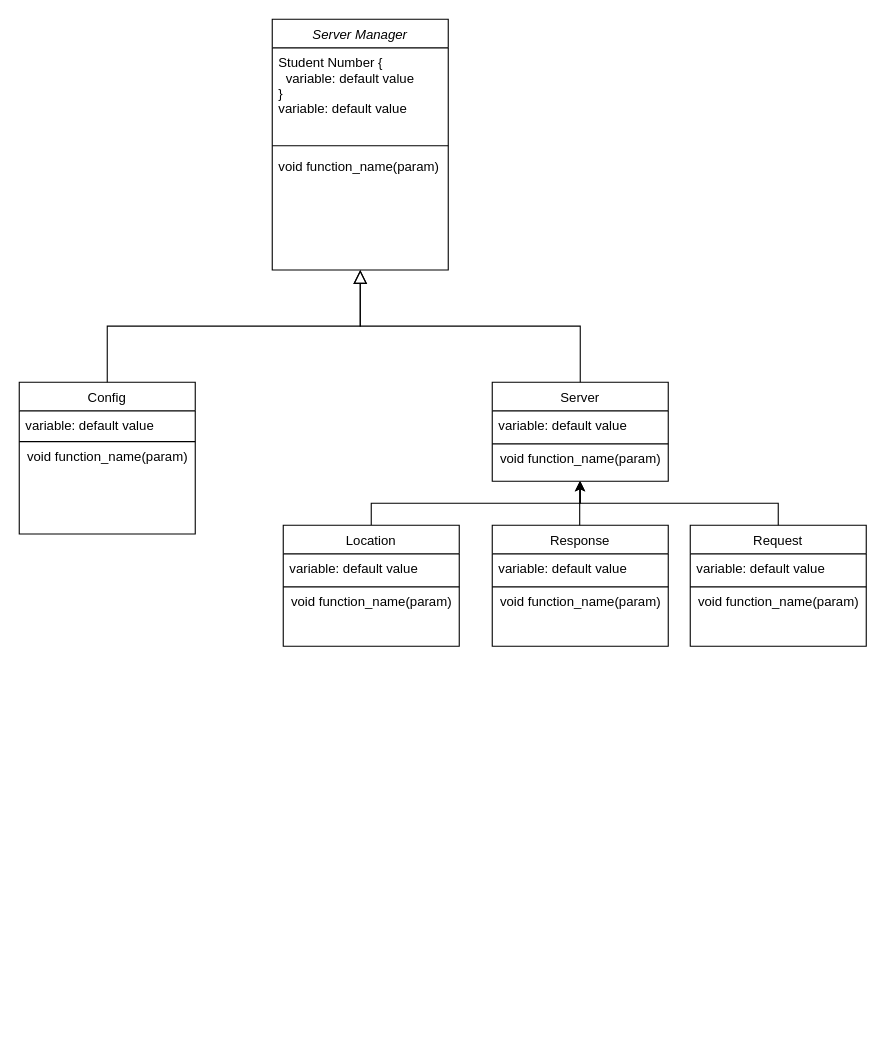
Earlier version of the draw.io diagram webserv_class_diagram.drawio (ftinx/webserv). Source tidied: cells renumbered, new cells numbered last; positions are measured from the earlier drawing's top-left corner, leaving out a move shared by most shapes. Both pictures are drawn from the tidied source at 110%, with x=0, y=0 at pixel (19, 19).
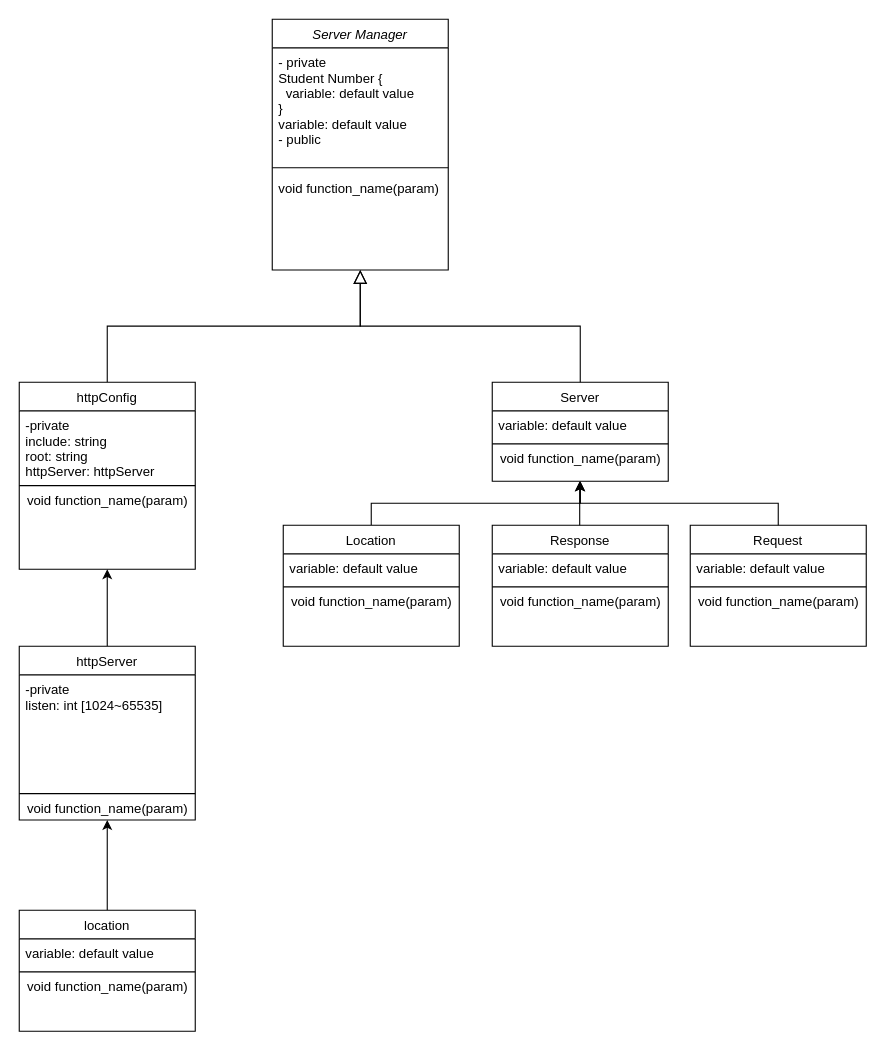
The same page after the edit.

Unchanged cells that the change refers to:
```xml
<mxCell id="2" value="Server Manager" style="swimlane;fontStyle=2;align=center;verticalAlign=top;horizontal=1;startSize=26;rounded=0;shadow=0;strokeWidth=1;" parent="1" vertex="1">
  <mxGeometry x="230" width="160" height="228" as="geometry" />
</mxCell>
```

Diff of the diagram source:
```diff
@@
-    <mxCell id="3" value="Student Number {&#10;  variable: default value&#10;}&#10;variable: default value&#10;" style="text;align=left;verticalAlign=top;spacingLeft=4;spacingRight=4;overflow=hidden;" parent="2" vertex="1">
-      <mxGeometry y="26" width="160" height="84" as="geometry" />
+    <mxCell id="3" value="- private&#10;Student Number {&#10;  variable: default value&#10;}&#10;variable: default value&#10;- public" style="text;align=left;verticalAlign=top;spacingLeft=4;spacingRight=4;overflow=hidden;" parent="2" vertex="1">
+      <mxGeometry y="26" width="160" height="104" as="geometry" />
     </mxCell>
     <mxCell id="4" style="line;html=1;strokeWidth=1;align=left;verticalAlign=middle;spacingTop=-1;spacingLeft=3;spacingRight=3;labelPosition=right;" parent="2" vertex="1">
-      <mxGeometry y="110" width="160" height="10" as="geometry" />
+      <mxGeometry y="130" width="160" height="10" as="geometry" />
     </mxCell>
     <mxCell id="5" value="void function_name(param)" style="text;align=left;verticalAlign=top;spacingLeft=4;spacingRight=4;overflow=hidden;" parent="2" vertex="1">
-      <mxGeometry y="120" width="160" height="16" as="geometry" />
+      <mxGeometry y="140" width="160" height="16" as="geometry" />
     </mxCell>
-    <mxCell id="6" value="Config" style="swimlane;fontStyle=0;align=center;verticalAlign=top;horizontal=1;startSize=26;rounded=0;shadow=0;strokeWidth=1;" parent="1" vertex="1">
-      <mxGeometry y="330" width="160" height="138" as="geometry" />
-    </mxCell>
-    <mxCell id="7" value="variable: default value" style="text;align=left;verticalAlign=top;spacingLeft=4;spacingRight=4;overflow=hidden;" parent="6" vertex="1">
-      <mxGeometry y="26" width="160" height="24" as="geometry" />
-    </mxCell>
-    <mxCell id="8" style="line;html=1;strokeWidth=1;align=left;verticalAlign=middle;spacingTop=-1;spacingLeft=3;spacingRight=3;labelPosition=right;" parent="6" vertex="1">
-      <mxGeometry y="50" width="160" height="8" as="geometry" />
-    </mxCell>
-    <mxCell id="9" value="&lt;span style=&quot;text-align: left&quot;&gt;void function_name(param)&lt;/span&gt;" style="text;html=1;align=center;verticalAlign=middle;" parent="6" vertex="1">
-      <mxGeometry y="58" width="160" height="20" as="geometry" />
-    </mxCell>
-    <mxCell id="10" style="endArrow=block;endSize=10;endFill=0;shadow=0;strokeWidth=1;rounded=0;edgeStyle=elbowEdgeStyle;elbow=vertical;" parent="1" edge="1" source="6" target="2">
-      <mxGeometry relative="1" as="geometry" />
+    <mxCell id="10" style="endArrow=block;endSize=10;endFill=0;shadow=0;strokeWidth=1;rounded=0;edgeStyle=elbowEdgeStyle;elbow=vertical;" parent="1" edge="1" target="2">
+      <mxGeometry relative="1" as="geometry">
+        <mxPoint x="80" y="330" as="sourcePoint" />
+      </mxGeometry>
     </mxCell>
@@
+    <mxCell id="31" style="edgeStyle=orthogonalEdgeStyle;rounded=0;jettySize=auto;html=1;" parent="1" edge="1" source="32" target="36">
+      <mxGeometry relative="1" as="geometry" />
+    </mxCell>
+    <mxCell id="32" value="location" style="swimlane;fontStyle=0;align=center;verticalAlign=top;horizontal=1;startSize=26;rounded=0;shadow=0;strokeWidth=1;" parent="1" vertex="1">
+      <mxGeometry y="810" width="160" height="110" as="geometry" />
+    </mxCell>
+    <mxCell id="7" value="variable: default value" style="text;align=left;verticalAlign=top;spacingLeft=4;spacingRight=4;overflow=hidden;" parent="32" vertex="1">
+      <mxGeometry y="26" width="160" height="26" as="geometry" />
+    </mxCell>
+    <mxCell id="33" style="line;html=1;strokeWidth=1;align=left;verticalAlign=middle;spacingTop=-1;spacingLeft=3;spacingRight=3;labelPosition=right;" parent="32" vertex="1">
+      <mxGeometry y="52" width="160" height="8" as="geometry" />
+    </mxCell>
+    <mxCell id="34" value="&lt;span style=&quot;text-align: left&quot;&gt;void function_name(param)&lt;/span&gt;" style="text;html=1;align=center;verticalAlign=middle;" parent="32" vertex="1">
+      <mxGeometry y="60" width="160" height="20" as="geometry" />
+    </mxCell>
+    <mxCell id="35" style="edgeStyle=orthogonalEdgeStyle;rounded=0;jettySize=auto;html=1;" parent="1" edge="1" source="36" target="40">
+      <mxGeometry relative="1" as="geometry" />
+    </mxCell>
+    <mxCell id="36" value="httpServer" style="swimlane;fontStyle=0;align=center;verticalAlign=top;horizontal=1;startSize=26;rounded=0;shadow=0;strokeWidth=1;" parent="1" vertex="1">
+      <mxGeometry y="570" width="160" height="158" as="geometry" />
+    </mxCell>
+    <mxCell id="37" value="-private&#10;listen: int [1024~65535]" style="text;align=left;verticalAlign=top;spacingLeft=4;spacingRight=4;overflow=hidden;" parent="36" vertex="1">
+      <mxGeometry y="26" width="160" height="104" as="geometry" />
+    </mxCell>
+    <mxCell id="38" style="line;html=1;strokeWidth=1;align=left;verticalAlign=middle;spacingTop=-1;spacingLeft=3;spacingRight=3;labelPosition=right;" parent="36" vertex="1">
+      <mxGeometry y="130" width="160" height="8" as="geometry" />
+    </mxCell>
+    <mxCell id="39" value="&lt;span style=&quot;text-align: left&quot;&gt;void function_name(param)&lt;/span&gt;" style="text;html=1;align=center;verticalAlign=middle;" parent="36" vertex="1">
+      <mxGeometry y="138" width="160" height="20" as="geometry" />
+    </mxCell>
+    <mxCell id="40" value="httpConfig" style="swimlane;fontStyle=0;align=center;verticalAlign=top;horizontal=1;startSize=26;rounded=0;shadow=0;strokeWidth=1;" parent="1" vertex="1">
+      <mxGeometry y="330" width="160" height="170" as="geometry" />
+    </mxCell>
+    <mxCell id="41" value="-private&#10;include: string&#10;root: string&#10;httpServer: httpServer" style="text;align=left;verticalAlign=top;spacingLeft=4;spacingRight=4;overflow=hidden;" parent="40" vertex="1">
+      <mxGeometry y="26" width="160" height="64" as="geometry" />
+    </mxCell>
+    <mxCell id="42" style="line;html=1;strokeWidth=1;align=left;verticalAlign=middle;spacingTop=-1;spacingLeft=3;spacingRight=3;labelPosition=right;" parent="40" vertex="1">
+      <mxGeometry y="90" width="160" height="8" as="geometry" />
+    </mxCell>
+    <mxCell id="43" value="&lt;span style=&quot;text-align: left&quot;&gt;void function_name(param)&lt;/span&gt;" style="text;html=1;align=center;verticalAlign=middle;" parent="40" vertex="1">
+      <mxGeometry y="98" width="160" height="20" as="geometry" />
+    </mxCell>
```
